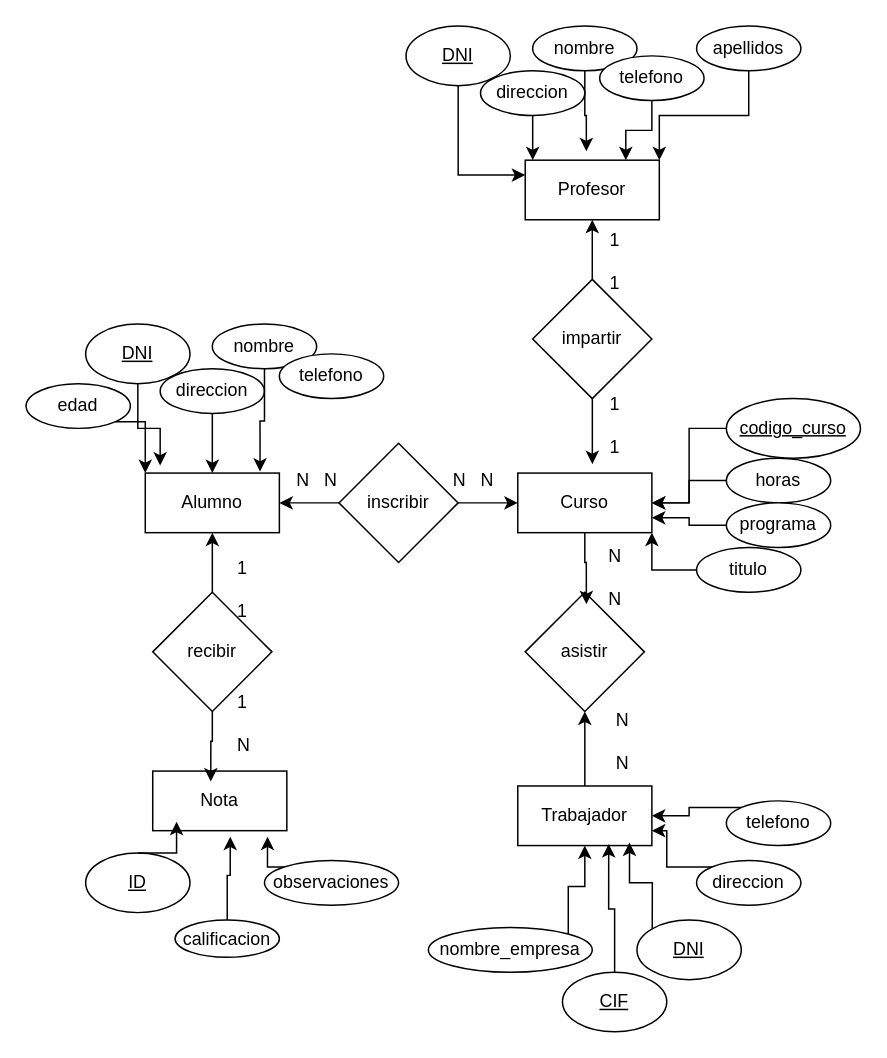
Before: ej2.drawio in adriii28/amr-tsys-C3U12-11102023, a draw.io diagram. Source tidied: cells renumbered, new cells numbered last; positions are measured from the earlier drawing's top-left corner, leaving out a move shared by most shapes. Both pictures are drawn from the tidied source at 149%, with x=0, y=0 at pixel (25, 25).
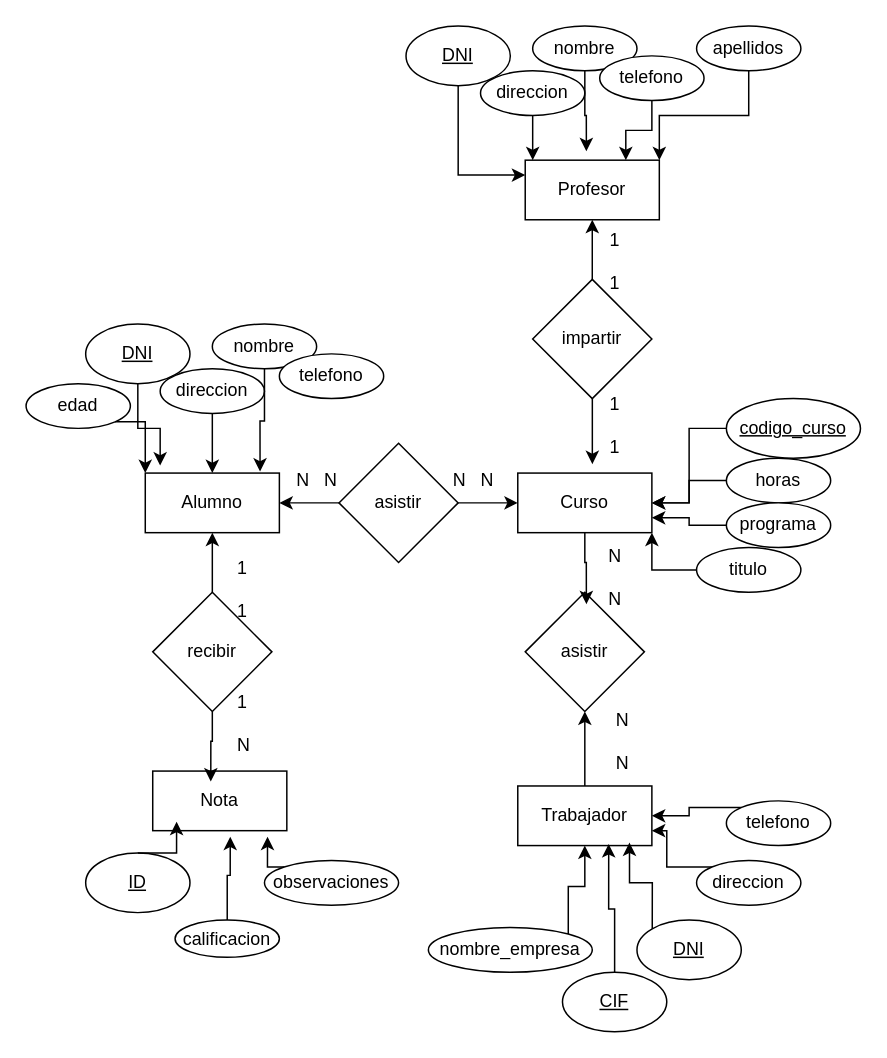
After the change.

Commit message:
asistir relacion

Change to the diagram source:
```diff
@@
-    <mxCell id="10" value="inscribir" style="rhombus;whiteSpace=wrap;html=1;" parent="1" vertex="1">
+    <mxCell id="10" value="asistir" style="rhombus;whiteSpace=wrap;html=1;" parent="1" vertex="1">
       <mxGeometry x="210" y="280" width="80" height="80" as="geometry" />
     </mxCell>
```
